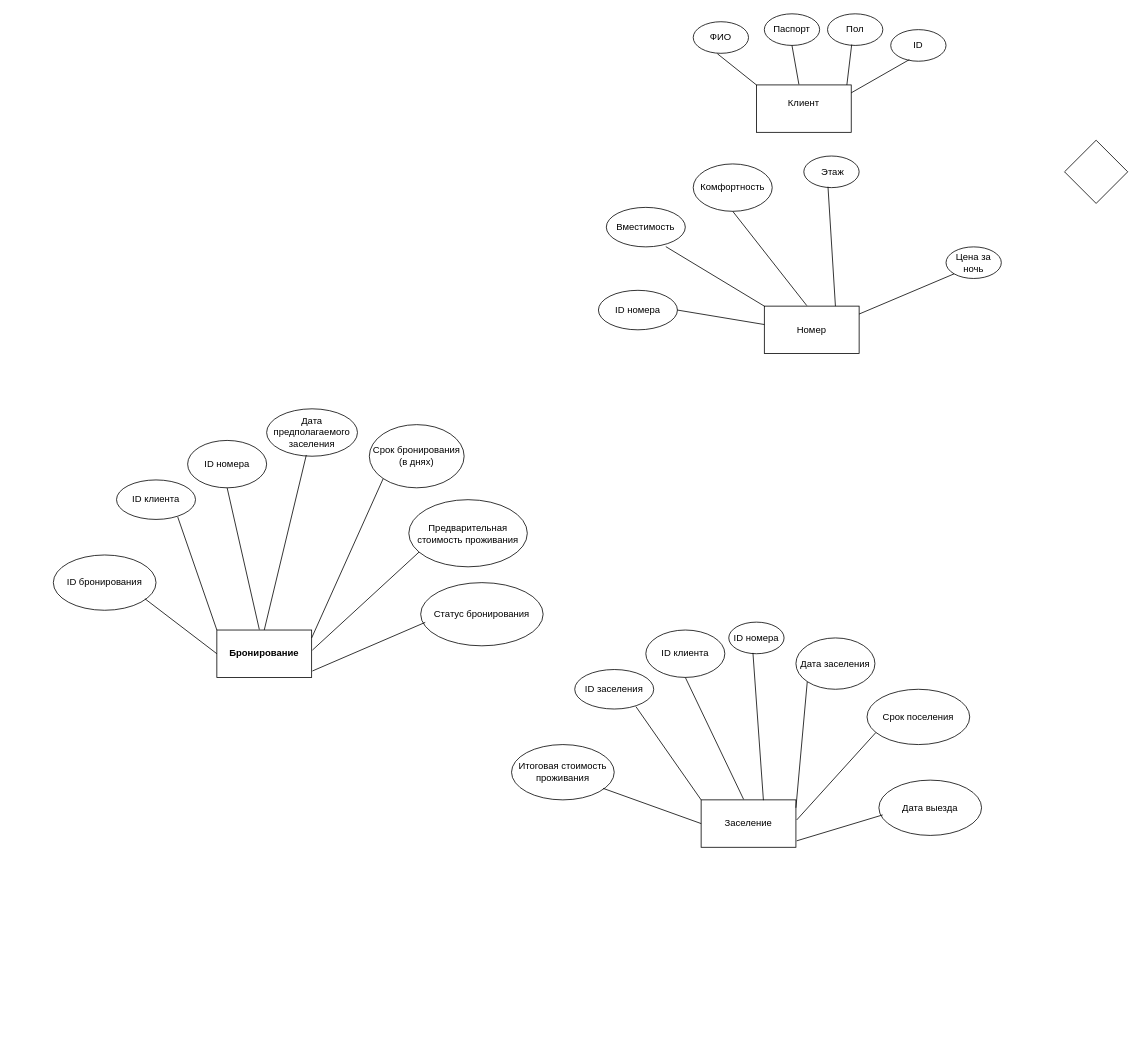
This is ER_diagram.drawio from keon1x/Data-Base, a draw.io file, before an edit. Source tidied: cells renumbered, new cells numbered last; positions are measured from the earlier drawing's top-left corner, leaving out a move shared by most shapes. Both pictures are drawn from the tidied source at 79%, with x=0, y=0 at pixel (53, 13).
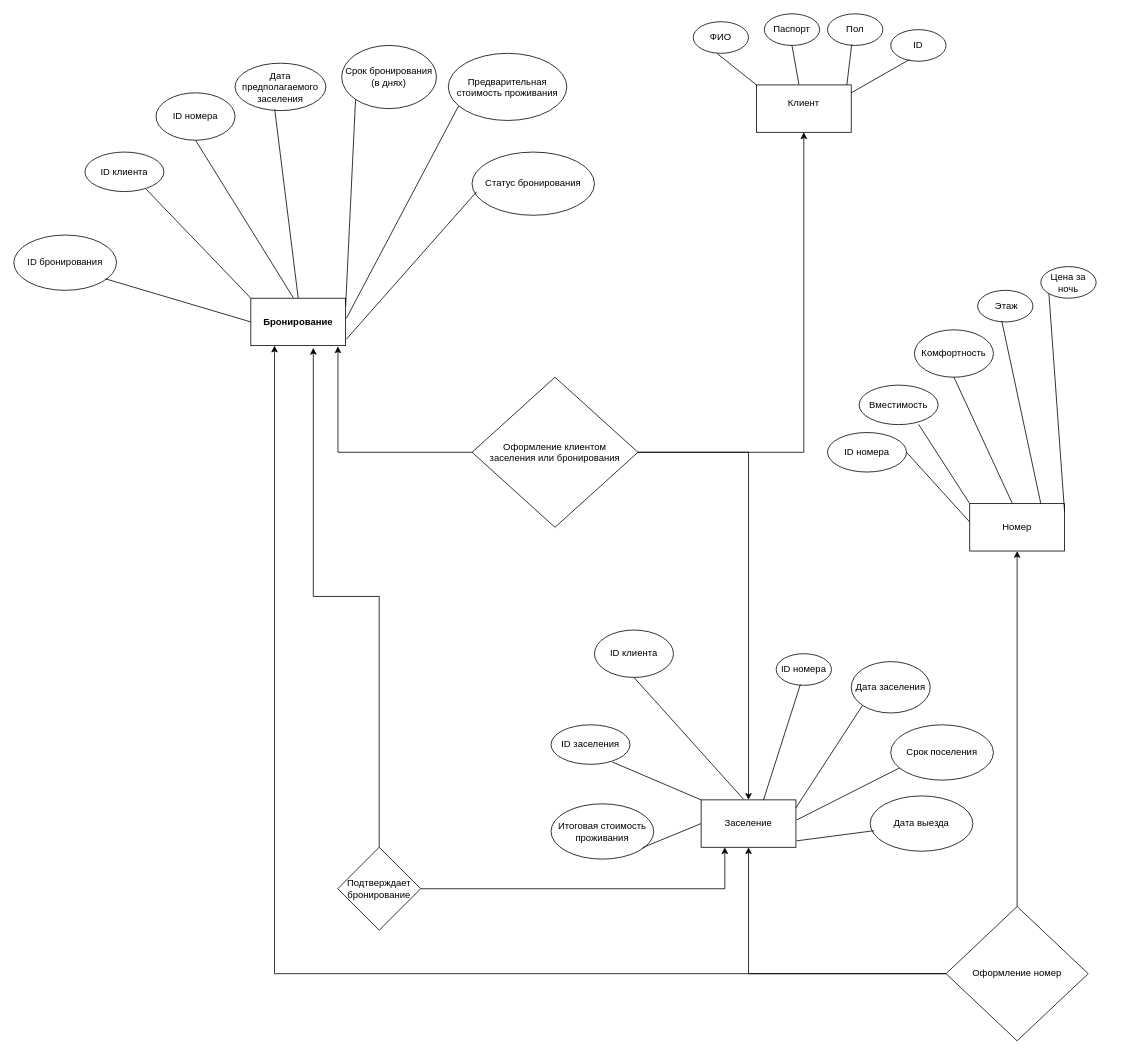
Above is the later version.

Unchanged cells that the change refers to:
```xml
<mxCell id="4" value="Клиент&lt;div&gt;&lt;br&gt;&lt;/div&gt;" style="rounded=0;whiteSpace=wrap;html=1;" parent="1" vertex="1">
  <mxGeometry x="890" y="90" width="120" height="60" as="geometry" />
</mxCell>
<mxCell id="22" value="Заселение" style="rounded=0;whiteSpace=wrap;html=1;" parent="1" vertex="1">
  <mxGeometry x="820" y="995" width="120" height="60" as="geometry" />
</mxCell>
```

What changed in the source:
```diff
@@
+    <mxCell id="53" style="edgeStyle=orthogonalEdgeStyle;rounded=0;jettySize=auto;html=1;exitX=0;exitY=0.5;exitDx=0;exitDy=0;entryX=0.919;entryY=1.016;entryDx=0;entryDy=0;entryPerimeter=0;" parent="1" edge="1" source="2" target="39">
+      <mxGeometry relative="1" as="geometry">
+        <Array as="points">
+          <mxPoint x="360" y="555" />
+        </Array>
+      </mxGeometry>
+    </mxCell>
+    <mxCell id="54" style="edgeStyle=orthogonalEdgeStyle;rounded=0;jettySize=auto;html=1;exitX=1;exitY=0.5;exitDx=0;exitDy=0;entryX=0.5;entryY=1;entryDx=0;entryDy=0;" parent="1" edge="1" source="2" target="4">
+      <mxGeometry relative="1" as="geometry" />
+    </mxCell>
+    <mxCell id="55" style="edgeStyle=orthogonalEdgeStyle;rounded=0;jettySize=auto;html=1;" parent="1" edge="1" source="2" target="22">
+      <mxGeometry relative="1" as="geometry" />
+    </mxCell>
-    <mxCell id="2" style="rhombus;whiteSpace=wrap;html=1;" parent="1" vertex="1">
-      <mxGeometry x="1280" y="160" width="80" height="80" as="geometry" />
+    <mxCell id="2" value="Оформление клиентом заселения&amp;nbsp;&lt;span style=&quot;background-color: initial;&quot;&gt;или бронирования&lt;/span&gt;" style="rhombus;whiteSpace=wrap;html=1;" parent="1" vertex="1">
+      <mxGeometry x="530" y="460" width="210" height="190" as="geometry" />
     </mxCell>
@@
     <mxCell id="12" value="Вместимость" style="ellipse;whiteSpace=wrap;html=1;" parent="1" vertex="1">
-      <mxGeometry x="700" y="245" width="100" height="50" as="geometry" />
+      <mxGeometry x="1020" y="470" width="100" height="50" as="geometry" />
     </mxCell>
     <mxCell id="13" value="Номер" style="rounded=0;whiteSpace=wrap;html=1;" parent="1" vertex="1">
-      <mxGeometry x="900" y="370" width="120" height="60" as="geometry" />
+      <mxGeometry x="1160" y="620" width="120" height="60" as="geometry" />
     </mxCell>
@@
     <mxCell id="15" value="Комфортность" style="ellipse;whiteSpace=wrap;html=1;" parent="1" vertex="1">
-      <mxGeometry x="810" y="190" width="100" height="60" as="geometry" />
+      <mxGeometry x="1090" y="400" width="100" height="60" as="geometry" />
     </mxCell>
@@
     <mxCell id="17" value="&amp;nbsp;Этаж" style="ellipse;whiteSpace=wrap;html=1;" parent="1" vertex="1">
-      <mxGeometry x="950" y="180" width="70" height="40" as="geometry" />
+      <mxGeometry x="1170" y="350" width="70" height="40" as="geometry" />
     </mxCell>
@@
     <mxCell id="19" value="Цена за ночь" style="ellipse;whiteSpace=wrap;html=1;" parent="1" vertex="1">
-      <mxGeometry x="1130" y="295" width="70" height="40" as="geometry" />
+      <mxGeometry x="1250" y="320" width="70" height="40" as="geometry" />
     </mxCell>
@@
     <mxCell id="21" value="ID заселения" style="ellipse;whiteSpace=wrap;html=1;" parent="1" vertex="1">
-      <mxGeometry x="660" y="830" width="100" height="50" as="geometry" />
+      <mxGeometry x="630" y="900" width="100" height="50" as="geometry" />
     </mxCell>
@@
     <mxCell id="24" value="ID клиента" style="ellipse;whiteSpace=wrap;html=1;" parent="1" vertex="1">
-      <mxGeometry x="750" y="780" width="100" height="60" as="geometry" />
+      <mxGeometry x="685" y="780" width="100" height="60" as="geometry" />
     </mxCell>
@@
     <mxCell id="26" value="ID номера" style="ellipse;whiteSpace=wrap;html=1;" parent="1" vertex="1">
-      <mxGeometry x="855" y="770" width="70" height="40" as="geometry" />
+      <mxGeometry x="915" y="810" width="70" height="40" as="geometry" />
     </mxCell>
@@
     <mxCell id="28" value="Дата заселения" style="ellipse;whiteSpace=wrap;html=1;" parent="1" vertex="1">
-      <mxGeometry x="940" y="790" width="100" height="65" as="geometry" />
+      <mxGeometry x="1010" y="820" width="100" height="65" as="geometry" />
     </mxCell>
@@
     <mxCell id="30" value="ID номера" style="ellipse;whiteSpace=wrap;html=1;" parent="1" vertex="1">
-      <mxGeometry x="690" y="350" width="100" height="50" as="geometry" />
+      <mxGeometry x="980" y="530" width="100" height="50" as="geometry" />
     </mxCell>
@@
     <mxCell id="33" value="Срок поселения" style="ellipse;whiteSpace=wrap;html=1;" parent="1" vertex="1">
-      <mxGeometry x="1030" y="855" width="130" height="70" as="geometry" />
+      <mxGeometry x="1060" y="900" width="130" height="70" as="geometry" />
     </mxCell>
     <mxCell id="34" value="Итоговая стоимость проживания" style="ellipse;whiteSpace=wrap;html=1;" parent="1" vertex="1">
-      <mxGeometry x="580" y="925" width="130" height="70" as="geometry" />
+      <mxGeometry x="630" y="1000" width="130" height="70" as="geometry" />
     </mxCell>
@@
     <mxCell id="36" value="Дата выезда" style="ellipse;whiteSpace=wrap;html=1;" parent="1" vertex="1">
-      <mxGeometry x="1045" y="970" width="130" height="70" as="geometry" />
+      <mxGeometry x="1034" y="990" width="130" height="70" as="geometry" />
     </mxCell>
@@
     <mxCell id="38" value="ID клиента" style="ellipse;whiteSpace=wrap;html=1;" parent="1" vertex="1">
-      <mxGeometry x="80" y="590" width="100" height="50" as="geometry" />
+      <mxGeometry x="40" y="175" width="100" height="50" as="geometry" />
     </mxCell>
     <mxCell id="39" value="&lt;strong&gt;Бронирование&lt;/strong&gt;" style="rounded=0;whiteSpace=wrap;html=1;" parent="1" vertex="1">
-      <mxGeometry x="207" y="780" width="120" height="60" as="geometry" />
+      <mxGeometry x="250" y="360" width="120" height="60" as="geometry" />
     </mxCell>
@@
     <mxCell id="41" value="ID номера" style="ellipse;whiteSpace=wrap;html=1;" parent="1" vertex="1">
-      <mxGeometry x="170" y="540" width="100" height="60" as="geometry" />
+      <mxGeometry x="130" y="100" width="100" height="60" as="geometry" />
     </mxCell>
@@
     <mxCell id="43" value="Дата предполагаемого заселения" style="ellipse;whiteSpace=wrap;html=1;" parent="1" vertex="1">
-      <mxGeometry x="270" y="500" width="115" height="60" as="geometry" />
+      <mxGeometry x="230" y="62.5" width="115" height="60" as="geometry" />
     </mxCell>
@@
     <mxCell id="45" value="Срок бронирования (в днях)" style="ellipse;whiteSpace=wrap;html=1;" parent="1" vertex="1">
-      <mxGeometry x="400" y="520" width="120" height="80" as="geometry" />
+      <mxGeometry x="365" y="40" width="120" height="80" as="geometry" />
     </mxCell>
@@
     <mxCell id="48" value="Предварительная стоимость проживания" style="ellipse;whiteSpace=wrap;html=1;" parent="1" vertex="1">
-      <mxGeometry x="450" y="615" width="150" height="85" as="geometry" />
+      <mxGeometry x="500" y="50" width="150" height="85" as="geometry" />
     </mxCell>
     <mxCell id="49" value="ID бронирования" style="ellipse;whiteSpace=wrap;html=1;" parent="1" vertex="1">
-      <mxGeometry y="685" width="130" height="70" as="geometry" />
+      <mxGeometry x="-50" y="280" width="130" height="70" as="geometry" />
     </mxCell>
@@
     <mxCell id="51" value="Статус бронирования" style="ellipse;whiteSpace=wrap;html=1;" parent="1" vertex="1">
-      <mxGeometry x="465" y="720" width="155" height="80" as="geometry" />
+      <mxGeometry x="530" y="175" width="155" height="80" as="geometry" />
     </mxCell>
@@
+    <mxCell id="56" style="edgeStyle=orthogonalEdgeStyle;rounded=0;jettySize=auto;html=1;entryX=0.5;entryY=1;entryDx=0;entryDy=0;" parent="1" edge="1" source="59" target="13">
+      <mxGeometry relative="1" as="geometry" />
+    </mxCell>
+    <mxCell id="57" style="edgeStyle=orthogonalEdgeStyle;rounded=0;jettySize=auto;html=1;entryX=0.5;entryY=1;entryDx=0;entryDy=0;" parent="1" edge="1" source="59" target="22">
+      <mxGeometry relative="1" as="geometry" />
+    </mxCell>
+    <mxCell id="58" style="edgeStyle=orthogonalEdgeStyle;rounded=0;jettySize=auto;html=1;entryX=0.25;entryY=1;entryDx=0;entryDy=0;" parent="1" edge="1" source="59" target="39">
+      <mxGeometry relative="1" as="geometry" />
+    </mxCell>
+    <mxCell id="59" value="Оформление номер" style="rhombus;whiteSpace=wrap;html=1;" parent="1" vertex="1">
+      <mxGeometry x="1130" y="1130" width="180" height="170" as="geometry" />
+    </mxCell>
+    <mxCell id="60" style="edgeStyle=orthogonalEdgeStyle;rounded=0;jettySize=auto;html=1;entryX=0.25;entryY=1;entryDx=0;entryDy=0;" parent="1" edge="1" source="61" target="22">
+      <mxGeometry relative="1" as="geometry" />
+    </mxCell>
+    <mxCell id="61" value="Подтверждает бронирование" style="rhombus;whiteSpace=wrap;html=1;" parent="1" vertex="1">
+      <mxGeometry x="360" y="1055" width="105" height="105" as="geometry" />
+    </mxCell>
+    <mxCell id="62" style="edgeStyle=orthogonalEdgeStyle;rounded=0;jettySize=auto;html=1;entryX=0.659;entryY=1.048;entryDx=0;entryDy=0;entryPerimeter=0;" parent="1" edge="1" source="61" target="39">
+      <mxGeometry relative="1" as="geometry" />
+    </mxCell>
```
